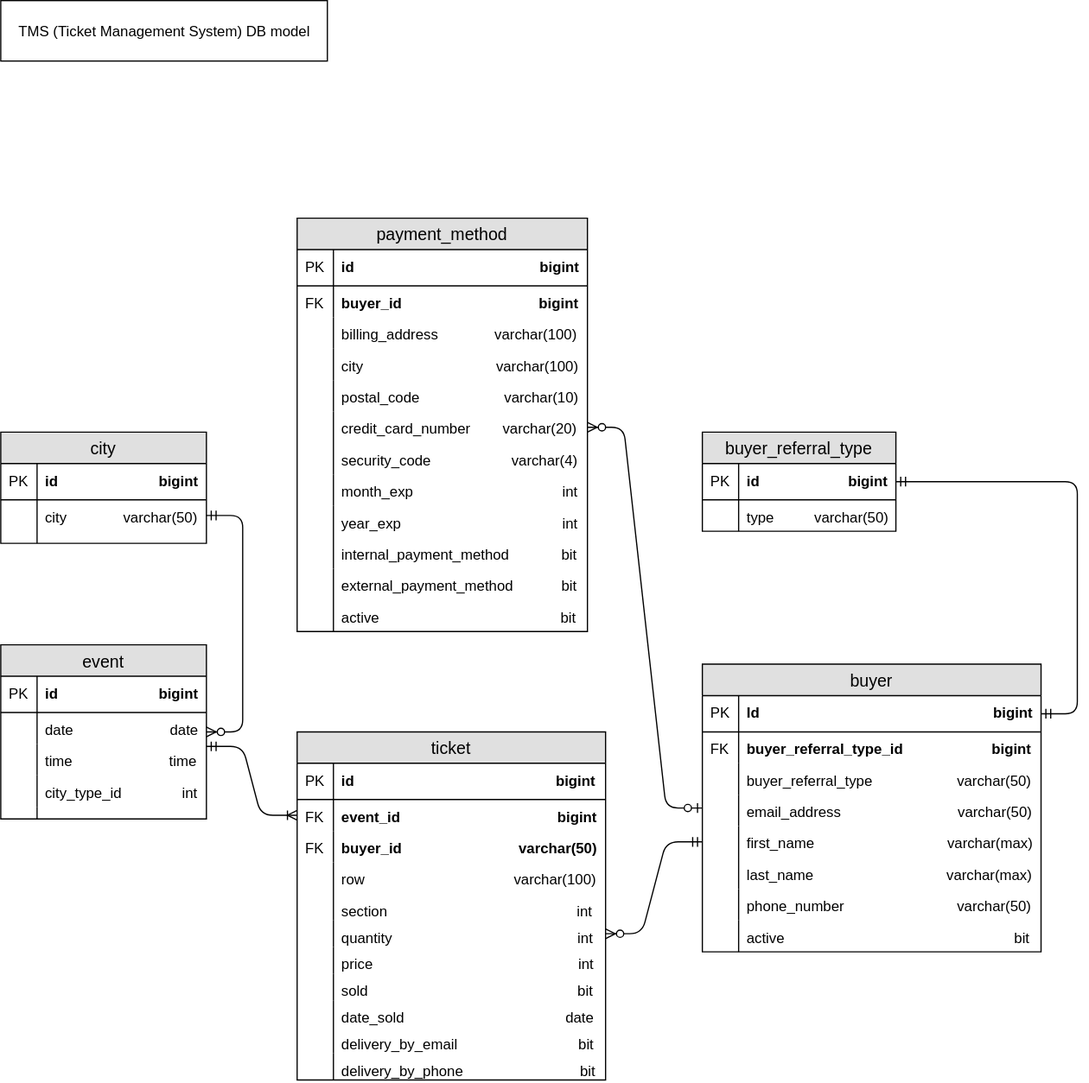
The draw.io diagram diagrams/ticket_management_DB_model.svg in yazhang28/ticket_vendor_app, before a commit. Source tidied: cells renumbered, new cells last; positions are measured from the earlier drawing's top-left corner, leaving out a move shared by most shapes.
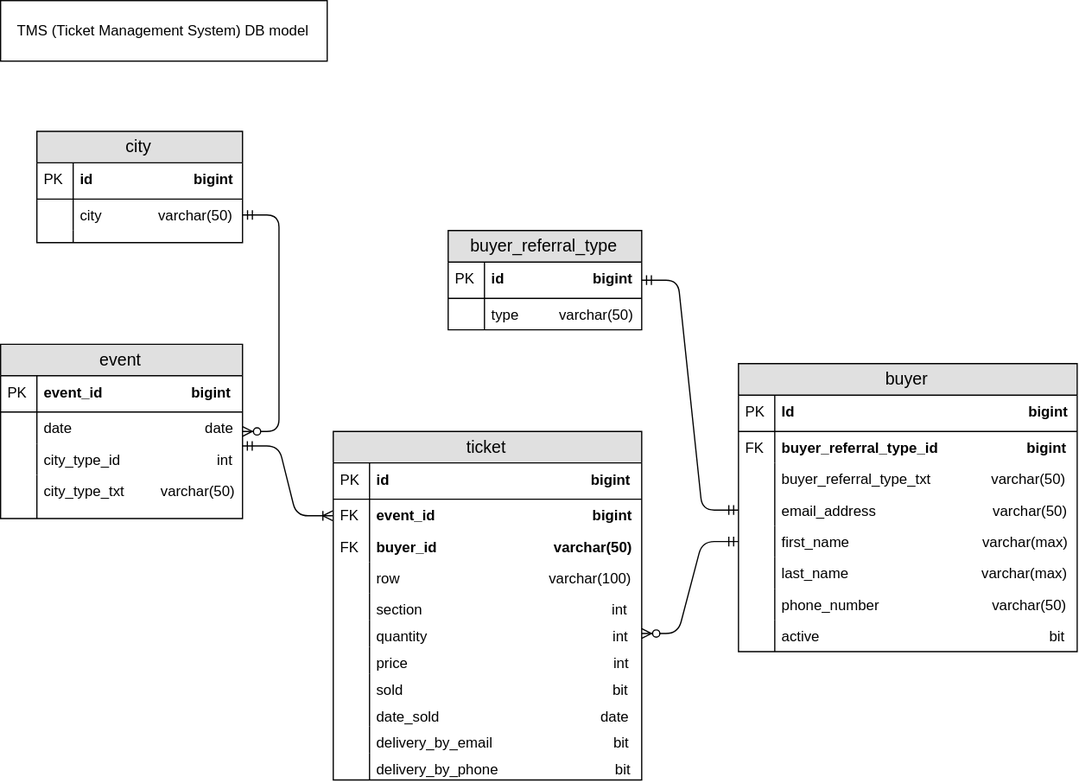
Later version of the same file.

What changed in the source:
```diff
@@ -3,7 +3,7 @@
     <mxCell id="0" />
     <mxCell id="1" parent="0" />
     <mxCell id="2" value="buyer" style="swimlane;fontStyle=0;horizontal=1;startSize=26;fillColor=#e0e0e0;swimlaneFillColor=#ffffff;align=center;fontSize=14;" parent="1" vertex="1">
-      <mxGeometry x="580" y="549" width="280" height="238" as="geometry" />
+      <mxGeometry x="610" y="300" width="280" height="238" as="geometry" />
     </mxCell>
     <mxCell id="3" value="Id                                                          bigint" style="shape=partialRectangle;top=0;left=0;right=0;bottom=1;align=left;verticalAlign=middle;fillColor=none;spacingLeft=34;spacingRight=4;overflow=hidden;points=[[0,0.5],[1,0.5]];portConstraint=eastwest;fontStyle=1;fontSize=12;" parent="2" vertex="1">
       <mxGeometry y="26" width="280" height="30" as="geometry" />
@@ -17,7 +17,7 @@
     <mxCell id="6" value="FK" style="shape=partialRectangle;top=0;left=0;bottom=0;fillColor=none;align=left;verticalAlign=top;spacingLeft=4;spacingRight=4;overflow=hidden;fontSize=12;" parent="5" vertex="1">
       <mxGeometry width="30" height="26" as="geometry" />
     </mxCell>
-    <mxCell id="7" value="buyer_referral_type                     varchar(50)" style="shape=partialRectangle;top=0;left=0;right=0;bottom=0;align=left;verticalAlign=top;fillColor=none;spacingLeft=34;spacingRight=4;overflow=hidden;fontSize=12;" parent="2" vertex="1">
+    <mxCell id="7" value="buyer_referral_type_txt               varchar(50)" style="shape=partialRectangle;top=0;left=0;right=0;bottom=0;align=left;verticalAlign=top;fillColor=none;spacingLeft=34;spacingRight=4;overflow=hidden;fontSize=12;" parent="2" vertex="1">
       <mxGeometry y="82" width="280" height="26" as="geometry" />
     </mxCell>
     <mxCell id="8" style="shape=partialRectangle;top=0;left=0;bottom=0;fillColor=none;align=left;verticalAlign=top;spacingLeft=4;spacingRight=4;overflow=hidden;fontSize=12;" parent="7" vertex="1">
@@ -54,7 +54,7 @@
       <mxGeometry width="30" height="26" as="geometry" />
     </mxCell>
     <mxCell id="19" value="buyer_referral_type" style="swimlane;fontStyle=0;horizontal=1;startSize=26;fillColor=#e0e0e0;swimlaneFillColor=#ffffff;align=center;fontSize=14;" parent="1" vertex="1">
-      <mxGeometry x="580" y="357" width="160" height="82" as="geometry" />
+      <mxGeometry x="370" y="190" width="160" height="82" as="geometry" />
     </mxCell>
     <mxCell id="20" value="id                      bigint" style="shape=partialRectangle;top=0;left=0;right=0;bottom=1;align=left;verticalAlign=middle;fillColor=none;spacingLeft=34;spacingRight=4;overflow=hidden;points=[[0,0.5],[1,0.5]];portConstraint=eastwest;fontStyle=1;fontSize=12;" parent="19" vertex="1">
       <mxGeometry y="26" width="160" height="30" as="geometry" />
@@ -68,83 +68,8 @@
     <mxCell id="23" style="shape=partialRectangle;top=0;left=0;bottom=0;fillColor=none;align=left;verticalAlign=top;spacingLeft=4;spacingRight=4;overflow=hidden;fontSize=12;" parent="22" vertex="1">
       <mxGeometry width="30" height="26" as="geometry" />
     </mxCell>
-    <mxCell id="24" value="payment_method" style="swimlane;fontStyle=0;horizontal=1;startSize=26;fillColor=#e0e0e0;swimlaneFillColor=#ffffff;align=center;fontSize=14;" parent="1" vertex="1">
-      <mxGeometry x="245" y="180" width="240" height="342" as="geometry" />
-    </mxCell>
-    <mxCell id="25" value="id                                              bigint" style="shape=partialRectangle;top=0;left=0;right=0;bottom=1;align=left;verticalAlign=middle;fillColor=none;spacingLeft=34;spacingRight=4;overflow=hidden;fontStyle=1;fontSize=12;" parent="24" vertex="1">
-      <mxGeometry y="26" width="240" height="30" as="geometry" />
-    </mxCell>
-    <mxCell id="26" value="PK" style="shape=partialRectangle;top=0;left=0;bottom=0;fillColor=none;align=left;verticalAlign=middle;spacingLeft=4;spacingRight=4;overflow=hidden;fontSize=12;" parent="25" vertex="1">
-      <mxGeometry width="30" height="30" as="geometry" />
-    </mxCell>
-    <mxCell id="27" value="buyer_id                                  bigint" style="shape=partialRectangle;top=0;left=0;right=0;bottom=0;align=left;verticalAlign=top;fillColor=none;spacingLeft=34;spacingRight=4;overflow=hidden;fontSize=12;fontStyle=1;" parent="24" vertex="1">
-      <mxGeometry y="56" width="240" height="26" as="geometry" />
-    </mxCell>
-    <mxCell id="28" value="FK" style="shape=partialRectangle;top=0;left=0;bottom=0;fillColor=none;align=left;verticalAlign=top;spacingLeft=4;spacingRight=4;overflow=hidden;fontSize=12;" parent="27" vertex="1">
-      <mxGeometry width="30" height="26" as="geometry" />
-    </mxCell>
-    <mxCell id="29" value="billing_address              varchar(100)" style="shape=partialRectangle;top=0;left=0;right=0;bottom=0;align=left;verticalAlign=top;fillColor=none;spacingLeft=34;spacingRight=4;overflow=hidden;fontSize=12;fontStyle=0;" parent="24" vertex="1">
-      <mxGeometry y="82" width="240" height="26" as="geometry" />
-    </mxCell>
-    <mxCell id="30" style="shape=partialRectangle;top=0;left=0;bottom=0;fillColor=none;align=left;verticalAlign=top;spacingLeft=4;spacingRight=4;overflow=hidden;fontSize=12;" parent="29" vertex="1">
-      <mxGeometry width="30" height="26" as="geometry" />
-    </mxCell>
-    <mxCell id="31" value="city                                 varchar(100)" style="shape=partialRectangle;top=0;left=0;right=0;bottom=0;align=left;verticalAlign=top;fillColor=none;spacingLeft=34;spacingRight=4;overflow=hidden;fontSize=12;fontStyle=0;" parent="24" vertex="1">
-      <mxGeometry y="108" width="240" height="26" as="geometry" />
-    </mxCell>
-    <mxCell id="32" style="shape=partialRectangle;top=0;left=0;bottom=0;fillColor=none;align=left;verticalAlign=top;spacingLeft=4;spacingRight=4;overflow=hidden;fontSize=12;" parent="31" vertex="1">
-      <mxGeometry width="30" height="26" as="geometry" />
-    </mxCell>
-    <mxCell id="33" value="postal_code                     varchar(10)" style="shape=partialRectangle;top=0;left=0;right=0;bottom=0;align=left;verticalAlign=top;fillColor=none;spacingLeft=34;spacingRight=4;overflow=hidden;fontSize=12;fontStyle=0;" parent="24" vertex="1">
-      <mxGeometry y="134" width="240" height="26" as="geometry" />
-    </mxCell>
-    <mxCell id="34" style="shape=partialRectangle;top=0;left=0;bottom=0;fillColor=none;align=left;verticalAlign=top;spacingLeft=4;spacingRight=4;overflow=hidden;fontSize=12;" parent="33" vertex="1">
-      <mxGeometry width="30" height="26" as="geometry" />
-    </mxCell>
-    <mxCell id="35" value="credit_card_number        varchar(20)" style="shape=partialRectangle;top=0;left=0;right=0;bottom=0;align=left;verticalAlign=top;fillColor=none;spacingLeft=34;spacingRight=4;overflow=hidden;points=[[0,0.5],[1,0.5]];portConstraint=eastwest;fontSize=12;fontStyle=0;" parent="24" vertex="1">
-      <mxGeometry y="160" width="240" height="26" as="geometry" />
-    </mxCell>
-    <mxCell id="36" style="shape=partialRectangle;top=0;left=0;bottom=0;fillColor=none;align=left;verticalAlign=top;spacingLeft=4;spacingRight=4;overflow=hidden;fontSize=12;" parent="35" vertex="1">
-      <mxGeometry width="30" height="26" as="geometry" />
-    </mxCell>
-    <mxCell id="37" value="security_code                    varchar(4)" style="shape=partialRectangle;top=0;left=0;right=0;bottom=0;align=left;verticalAlign=top;fillColor=none;spacingLeft=34;spacingRight=4;overflow=hidden;fontSize=12;fontStyle=0;" parent="24" vertex="1">
-      <mxGeometry y="186" width="240" height="26" as="geometry" />
-    </mxCell>
-    <mxCell id="38" style="shape=partialRectangle;top=0;left=0;bottom=0;fillColor=none;align=left;verticalAlign=top;spacingLeft=4;spacingRight=4;overflow=hidden;fontSize=12;" parent="37" vertex="1">
-      <mxGeometry width="30" height="26" as="geometry" />
-    </mxCell>
-    <mxCell id="39" value="month_exp                                     int" style="shape=partialRectangle;top=0;left=0;right=0;bottom=0;align=left;verticalAlign=top;fillColor=none;spacingLeft=34;spacingRight=4;overflow=hidden;fontSize=12;fontStyle=0;" parent="24" vertex="1">
-      <mxGeometry y="212" width="240" height="26" as="geometry" />
-    </mxCell>
-    <mxCell id="40" style="shape=partialRectangle;top=0;left=0;bottom=0;fillColor=none;align=left;verticalAlign=top;spacingLeft=4;spacingRight=4;overflow=hidden;fontSize=12;" parent="39" vertex="1">
-      <mxGeometry width="30" height="26" as="geometry" />
-    </mxCell>
-    <mxCell id="41" value="year_exp                                        int" style="shape=partialRectangle;top=0;left=0;right=0;bottom=0;align=left;verticalAlign=top;fillColor=none;spacingLeft=34;spacingRight=4;overflow=hidden;fontSize=12;fontStyle=0;" parent="24" vertex="1">
-      <mxGeometry y="238" width="240" height="26" as="geometry" />
-    </mxCell>
-    <mxCell id="42" style="shape=partialRectangle;top=0;left=0;bottom=0;fillColor=none;align=left;verticalAlign=top;spacingLeft=4;spacingRight=4;overflow=hidden;fontSize=12;" parent="41" vertex="1">
-      <mxGeometry width="30" height="26" as="geometry" />
-    </mxCell>
-    <mxCell id="43" value="internal_payment_method             bit" style="shape=partialRectangle;top=0;left=0;right=0;bottom=0;align=left;verticalAlign=top;fillColor=none;spacingLeft=34;spacingRight=4;overflow=hidden;fontSize=12;fontStyle=0;" parent="24" vertex="1">
-      <mxGeometry y="264" width="240" height="26" as="geometry" />
-    </mxCell>
-    <mxCell id="44" style="shape=partialRectangle;top=0;left=0;bottom=0;fillColor=none;align=left;verticalAlign=top;spacingLeft=4;spacingRight=4;overflow=hidden;fontSize=12;" parent="43" vertex="1">
-      <mxGeometry width="30" height="26" as="geometry" />
-    </mxCell>
-    <mxCell id="45" value="external_payment_method            bit" style="shape=partialRectangle;top=0;left=0;right=0;bottom=0;align=left;verticalAlign=top;fillColor=none;spacingLeft=34;spacingRight=4;overflow=hidden;fontSize=12;fontStyle=0;" parent="24" vertex="1">
-      <mxGeometry y="290" width="240" height="26" as="geometry" />
-    </mxCell>
-    <mxCell id="46" style="shape=partialRectangle;top=0;left=0;bottom=0;fillColor=none;align=left;verticalAlign=top;spacingLeft=4;spacingRight=4;overflow=hidden;fontSize=12;" parent="45" vertex="1">
-      <mxGeometry width="30" height="26" as="geometry" />
-    </mxCell>
-    <mxCell id="47" value="active                                             bit" style="shape=partialRectangle;top=0;left=0;right=0;bottom=0;align=left;verticalAlign=top;fillColor=none;spacingLeft=34;spacingRight=4;overflow=hidden;fontSize=12;fontStyle=0;" parent="24" vertex="1">
-      <mxGeometry y="316" width="240" height="26" as="geometry" />
-    </mxCell>
-    <mxCell id="48" style="shape=partialRectangle;top=0;left=0;bottom=0;fillColor=none;align=left;verticalAlign=top;spacingLeft=4;spacingRight=4;overflow=hidden;fontSize=12;" parent="47" vertex="1">
-      <mxGeometry width="30" height="26" as="geometry" />
-    </mxCell>
     <mxCell id="49" value="ticket" style="swimlane;fontStyle=0;horizontal=1;startSize=26;fillColor=#e0e0e0;swimlaneFillColor=#ffffff;align=center;fontSize=14;" parent="1" vertex="1">
-      <mxGeometry x="245" y="605" width="255" height="288" as="geometry" />
+      <mxGeometry x="275" y="356" width="255" height="288" as="geometry" />
     </mxCell>
     <mxCell id="50" value="id                                                  bigint" style="shape=partialRectangle;top=0;left=0;right=0;bottom=1;align=left;verticalAlign=middle;fillColor=none;spacingLeft=34;spacingRight=4;overflow=hidden;fontStyle=1;fontSize=12;" parent="49" vertex="1">
       <mxGeometry y="26" width="255" height="30" as="geometry" />
@@ -213,40 +138,40 @@
       <mxGeometry width="30" height="22" as="geometry" />
     </mxCell>
     <mxCell id="72" value="event" style="swimlane;fontStyle=0;horizontal=1;startSize=26;fillColor=#e0e0e0;swimlaneFillColor=#ffffff;align=center;fontSize=14;" parent="1" vertex="1">
-      <mxGeometry y="533" width="170" height="144" as="geometry" />
+      <mxGeometry y="284" width="200" height="144" as="geometry" />
     </mxCell>
-    <mxCell id="73" value="id                         bigint" style="shape=partialRectangle;top=0;left=0;right=0;bottom=1;align=left;verticalAlign=middle;fillColor=none;spacingLeft=34;spacingRight=4;overflow=hidden;fontStyle=1;fontSize=12;" parent="72" vertex="1">
-      <mxGeometry y="26" width="170" height="30" as="geometry" />
+    <mxCell id="73" value="event_id                      bigint" style="shape=partialRectangle;top=0;left=0;right=0;bottom=1;align=left;verticalAlign=middle;fillColor=none;spacingLeft=34;spacingRight=4;overflow=hidden;fontStyle=1;fontSize=12;" parent="72" vertex="1">
+      <mxGeometry y="26" width="200" height="30" as="geometry" />
     </mxCell>
     <mxCell id="74" value="PK" style="shape=partialRectangle;top=0;left=0;bottom=0;fillColor=none;align=left;verticalAlign=middle;spacingLeft=4;spacingRight=4;overflow=hidden;fontSize=12;" parent="73" vertex="1">
       <mxGeometry width="30" height="30" as="geometry" />
     </mxCell>
-    <mxCell id="75" value="date                        date" style="shape=partialRectangle;top=0;left=0;right=0;bottom=0;align=left;verticalAlign=top;fillColor=none;spacingLeft=34;spacingRight=4;overflow=hidden;fontSize=12;" parent="72" vertex="1">
-      <mxGeometry y="56" width="170" height="26" as="geometry" />
+    <mxCell id="75" value="date                                 date" style="shape=partialRectangle;top=0;left=0;right=0;bottom=0;align=left;verticalAlign=top;fillColor=none;spacingLeft=34;spacingRight=4;overflow=hidden;fontSize=12;" parent="72" vertex="1">
+      <mxGeometry y="56" width="200" height="26" as="geometry" />
     </mxCell>
     <mxCell id="76" style="shape=partialRectangle;top=0;left=0;bottom=0;fillColor=none;align=left;verticalAlign=top;spacingLeft=4;spacingRight=4;overflow=hidden;fontSize=12;" parent="75" vertex="1">
       <mxGeometry width="30" height="26" as="geometry" />
     </mxCell>
-    <mxCell id="77" value="time                        time" style="shape=partialRectangle;top=0;left=0;right=0;bottom=0;align=left;verticalAlign=top;fillColor=none;spacingLeft=34;spacingRight=4;overflow=hidden;points=[[0,0.5],[1,0.5]];portConstraint=eastwest;fontSize=12;" parent="72" vertex="1">
-      <mxGeometry y="82" width="170" height="26" as="geometry" />
-    </mxCell>
-    <mxCell id="78" style="shape=partialRectangle;top=0;left=0;bottom=0;fillColor=none;align=left;verticalAlign=top;spacingLeft=4;spacingRight=4;overflow=hidden;fontSize=12;" parent="77" vertex="1">
-      <mxGeometry width="30" height="26" as="geometry" />
-    </mxCell>
+    <mxCell id="96" value="city_type_id                        int" style="shape=partialRectangle;top=0;left=0;right=0;bottom=0;align=left;verticalAlign=top;fillColor=none;spacingLeft=34;spacingRight=4;overflow=hidden;fontSize=12;" parent="72" vertex="1">
+      <mxGeometry y="82" width="200" height="26" as="geometry" />
+    </mxCell>
+    <mxCell id="97" style="shape=partialRectangle;top=0;left=0;bottom=0;fillColor=none;align=left;verticalAlign=top;spacingLeft=4;spacingRight=4;overflow=hidden;fontSize=12;" parent="96" vertex="1">
+      <mxGeometry width="30" height="26" as="geometry" />
+    </mxCell>
-    <mxCell id="79" value="city_type_id               int" style="shape=partialRectangle;top=0;left=0;right=0;bottom=0;align=left;verticalAlign=top;fillColor=none;spacingLeft=34;spacingRight=4;overflow=hidden;fontSize=12;" parent="72" vertex="1">
-      <mxGeometry y="108" width="170" height="26" as="geometry" />
+    <mxCell id="79" value="city_type_txt         varchar(50)" style="shape=partialRectangle;top=0;left=0;right=0;bottom=0;align=left;verticalAlign=top;fillColor=none;spacingLeft=34;spacingRight=4;overflow=hidden;fontSize=12;" parent="72" vertex="1">
+      <mxGeometry y="108" width="200" height="26" as="geometry" />
     </mxCell>
     <mxCell id="80" style="shape=partialRectangle;top=0;left=0;bottom=0;fillColor=none;align=left;verticalAlign=top;spacingLeft=4;spacingRight=4;overflow=hidden;fontSize=12;" parent="79" vertex="1">
       <mxGeometry width="30" height="26" as="geometry" />
     </mxCell>
     <mxCell id="81" style="shape=partialRectangle;top=0;left=0;right=0;bottom=0;align=left;verticalAlign=top;fillColor=none;spacingLeft=34;spacingRight=4;overflow=hidden;fontSize=12;" parent="72" vertex="1">
-      <mxGeometry y="134" width="170" height="10" as="geometry" />
+      <mxGeometry y="134" width="200" height="10" as="geometry" />
     </mxCell>
     <mxCell id="82" style="shape=partialRectangle;top=0;left=0;bottom=0;fillColor=none;align=left;verticalAlign=top;spacingLeft=4;spacingRight=4;overflow=hidden;fontSize=12;" parent="81" vertex="1">
       <mxGeometry width="30" height="10" as="geometry" />
     </mxCell>
     <mxCell id="83" value="city" style="swimlane;fontStyle=0;horizontal=1;startSize=26;fillColor=#e0e0e0;swimlaneFillColor=#ffffff;align=center;fontSize=14;" parent="1" vertex="1">
-      <mxGeometry y="357" width="170" height="92" as="geometry" />
+      <mxGeometry x="30" y="108" width="170" height="92" as="geometry" />
     </mxCell>
     <mxCell id="84" value="id                         bigint" style="shape=partialRectangle;top=0;left=0;right=0;bottom=1;align=left;verticalAlign=middle;fillColor=none;spacingLeft=34;spacingRight=4;overflow=hidden;fontStyle=1;fontSize=12;" parent="83" vertex="1">
       <mxGeometry y="26" width="170" height="30" as="geometry" />
@@ -266,13 +191,15 @@
     <mxCell id="89" style="shape=partialRectangle;top=0;left=0;bottom=0;fillColor=none;align=left;verticalAlign=top;spacingLeft=4;spacingRight=4;overflow=hidden;fontSize=12;" parent="88" vertex="1">
       <mxGeometry width="30" height="10" as="geometry" />
     </mxCell>
-    <mxCell id="90" style="edgeStyle=entityRelationEdgeStyle;fontSize=12;html=1;endArrow=ERoneToMany;startArrow=ERmandOne;exitX=0.999;exitY=0.095;exitDx=0;exitDy=0;exitPerimeter=0;entryX=0;entryY=0.5;entryDx=0;entryDy=0;" parent="1" edge="1" source="77" target="52">
-      <mxGeometry relative="1" as="geometry" />
+    <mxCell id="90" style="edgeStyle=entityRelationEdgeStyle;fontSize=12;html=1;endArrow=ERoneToMany;startArrow=ERmandOne;exitX=0.999;exitY=0.095;exitDx=0;exitDy=0;exitPerimeter=0;entryX=0;entryY=0.5;entryDx=0;entryDy=0;" parent="1" edge="1" target="52">
+      <mxGeometry relative="1" as="geometry">
+        <mxPoint x="200" y="368" as="sourcePoint" />
+      </mxGeometry>
     </mxCell>
     <mxCell id="91" style="edgeStyle=entityRelationEdgeStyle;fontSize=12;html=1;endArrow=ERzeroToMany;startArrow=ERmandOne;" parent="1" edge="1" source="11" target="60">
       <mxGeometry relative="1" as="geometry" />
     </mxCell>
-    <mxCell id="92" style="edgeStyle=entityRelationEdgeStyle;fontSize=12;html=1;endArrow=ERmandOne;startArrow=ERmandOne;exitX=1;exitY=0.5;exitDx=0;exitDy=0;" parent="1" edge="1" source="3" target="20">
+    <mxCell id="92" style="edgeStyle=entityRelationEdgeStyle;fontSize=12;html=1;endArrow=ERmandOne;startArrow=ERmandOne;" parent="1" edge="1" source="9" target="20">
       <mxGeometry relative="1" as="geometry" />
     </mxCell>
     <mxCell id="93" style="edgeStyle=entityRelationEdgeStyle;fontSize=12;html=1;endArrow=ERzeroToMany;startArrow=ERmandOne;exitX=1;exitY=0.5;exitDx=0;exitDy=0;" parent="1" edge="1" source="86" target="72">
@@ -281,8 +208,5 @@
     <mxCell id="94" value="TMS (Ticket Management System) DB model" style="html=1;" parent="1" vertex="1">
       <mxGeometry width="270" height="50" as="geometry" />
     </mxCell>
-    <mxCell id="95" style="edgeStyle=entityRelationEdgeStyle;fontSize=12;html=1;endArrow=ERzeroToMany;startArrow=ERzeroToOne;" parent="1" edge="1" source="2" target="35">
-      <mxGeometry relative="1" as="geometry" />
-    </mxCell>
   </root>
 </mxGraphModel>
```
